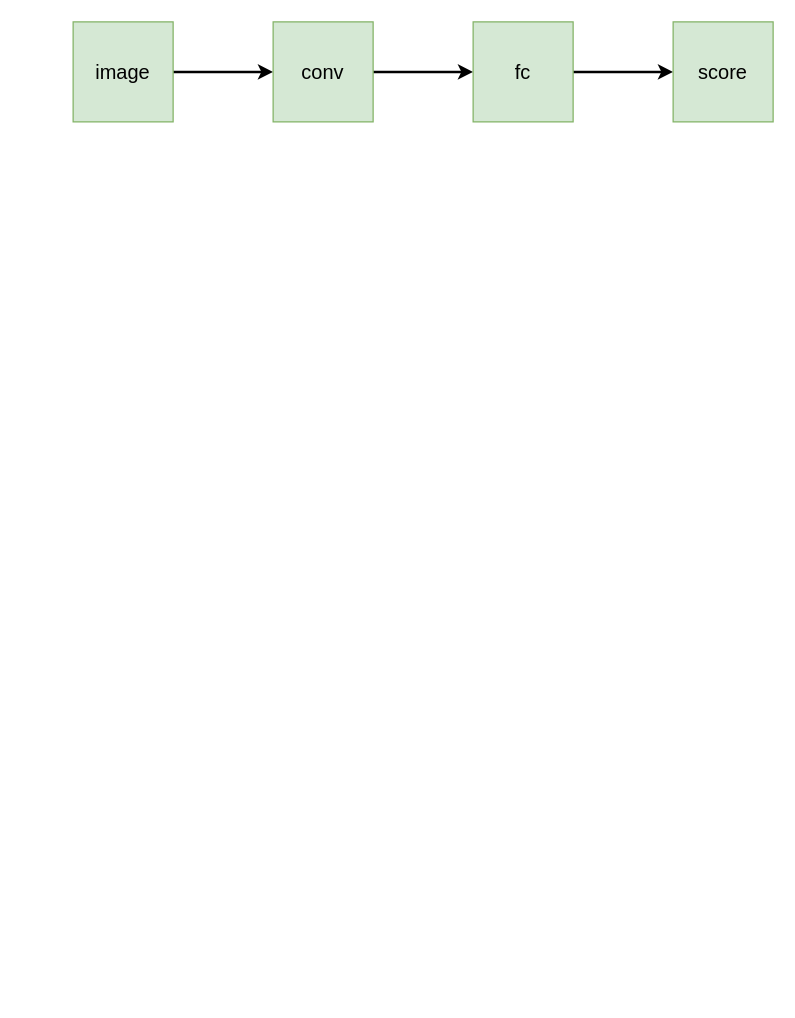
Airsku/drawio keeps this draw.io diagram as model.drawio. Above is the earlier version. Source tidied: cells renumbered, new cells numbered last; positions are measured from the earlier drawing's top-left corner, leaving out a move shared by most shapes. Both pictures are drawn from the tidied source at 125%, with x=0, y=0 at pixel (72, 21).
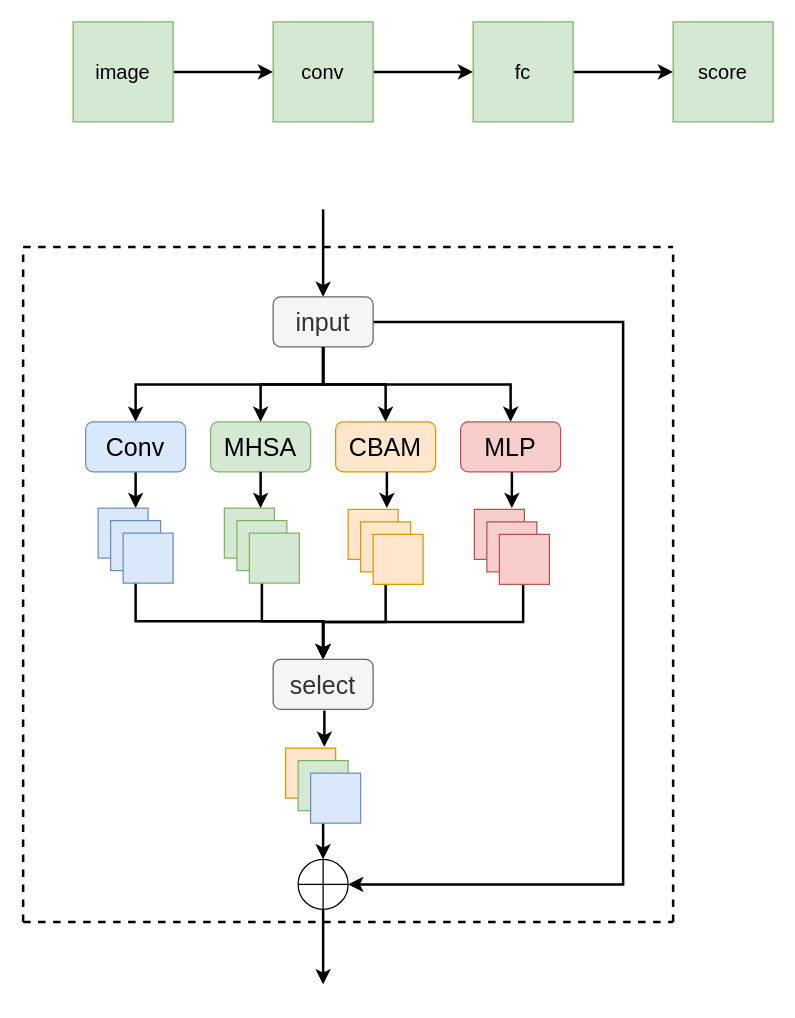
The same diagram, later.

Diff of the diagram source:
```diff
@@
+    <mxCell id="9" style="edgeStyle=orthogonalEdgeStyle;rounded=0;jettySize=auto;html=1;exitX=0.5;exitY=1;exitDx=0;exitDy=0;entryX=0.5;entryY=0;entryDx=0;entryDy=0;strokeWidth=2;" parent="1" edge="1" source="11" target="16">
+      <mxGeometry relative="1" as="geometry" />
+    </mxCell>
+    <mxCell id="10" style="edgeStyle=orthogonalEdgeStyle;rounded=0;jettySize=auto;html=1;entryX=1;entryY=0.5;entryDx=0;entryDy=0;strokeWidth=2;" parent="1" edge="1" source="11" target="50">
+      <mxGeometry relative="1" as="geometry">
+        <Array as="points">
+          <mxPoint x="440" y="240" />
+          <mxPoint x="440" y="690" />
+        </Array>
+      </mxGeometry>
+    </mxCell>
+    <mxCell id="11" value="input" style="rounded=1;whiteSpace=wrap;html=1;fontSize=20;fillColor=#f5f5f5;fontColor=#333333;strokeColor=#666666;" parent="1" vertex="1">
+      <mxGeometry x="160" y="220" width="80" height="40" as="geometry" />
+    </mxCell>
+    <mxCell id="12" value="MLP" style="rounded=1;whiteSpace=wrap;html=1;fontSize=20;fillColor=#f8cecc;strokeColor=#b85450;" parent="1" vertex="1">
+      <mxGeometry x="310" y="320" width="80" height="40" as="geometry" />
+    </mxCell>
+    <mxCell id="13" value="CBAM" style="rounded=1;whiteSpace=wrap;html=1;fontSize=20;fillColor=#ffe6cc;strokeColor=#d79b00;" parent="1" vertex="1">
+      <mxGeometry x="210" y="320" width="80" height="40" as="geometry" />
+    </mxCell>
+    <mxCell id="14" value="MHSA" style="rounded=1;whiteSpace=wrap;html=1;fontSize=20;fillColor=#d5e8d4;strokeColor=#82b366;" parent="1" vertex="1">
+      <mxGeometry x="110" y="320" width="80" height="40" as="geometry" />
+    </mxCell>
+    <mxCell id="15" style="edgeStyle=orthogonalEdgeStyle;rounded=0;jettySize=auto;html=1;exitX=0.5;exitY=1;exitDx=0;exitDy=0;entryX=0.5;entryY=0;entryDx=0;entryDy=0;strokeWidth=2;" parent="1" edge="1" source="16" target="21">
+      <mxGeometry relative="1" as="geometry" />
+    </mxCell>
+    <mxCell id="16" value="Conv" style="rounded=1;whiteSpace=wrap;html=1;fontSize=20;fillColor=#dae8fc;strokeColor=#6c8ebf;" parent="1" vertex="1">
+      <mxGeometry x="10" y="320" width="80" height="40" as="geometry" />
+    </mxCell>
+    <mxCell id="17" style="edgeStyle=orthogonalEdgeStyle;rounded=0;jettySize=auto;html=1;exitX=0.5;exitY=1;exitDx=0;exitDy=0;entryX=0.5;entryY=0;entryDx=0;entryDy=0;strokeWidth=2;" parent="1" edge="1" source="11" target="14">
+      <mxGeometry relative="1" as="geometry" />
+    </mxCell>
+    <mxCell id="18" style="edgeStyle=orthogonalEdgeStyle;rounded=0;jettySize=auto;html=1;exitX=0.5;exitY=1;exitDx=0;exitDy=0;entryX=0.5;entryY=0;entryDx=0;entryDy=0;strokeWidth=2;" parent="1" edge="1" source="11" target="13">
+      <mxGeometry relative="1" as="geometry" />
+    </mxCell>
+    <mxCell id="19" style="edgeStyle=orthogonalEdgeStyle;rounded=0;jettySize=auto;html=1;strokeWidth=2;" parent="1" edge="1" target="12">
+      <mxGeometry relative="1" as="geometry">
+        <mxPoint x="200" y="260" as="sourcePoint" />
+        <Array as="points">
+          <mxPoint x="200" y="290" />
+          <mxPoint x="350" y="290" />
+        </Array>
+      </mxGeometry>
+    </mxCell>
+    <mxCell id="20" style="edgeStyle=orthogonalEdgeStyle;rounded=0;jettySize=auto;html=1;exitX=0.5;exitY=1;exitDx=0;exitDy=0;entryX=0.5;entryY=0;entryDx=0;entryDy=0;strokeWidth=2;" parent="1" edge="1" source="21" target="43">
+      <mxGeometry relative="1" as="geometry" />
+    </mxCell>
+    <mxCell id="21" style="group;" parent="1" vertex="1">
+      <mxGeometry x="20" y="389" width="60" height="60" as="geometry" />
+    </mxCell>
+    <mxCell id="22" style="rounded=0;whiteSpace=wrap;html=1;fillColor=#dae8fc;strokeColor=#6c8ebf;" parent="21" vertex="1">
+      <mxGeometry width="40" height="40" as="geometry" />
+    </mxCell>
+    <mxCell id="23" style="rounded=0;whiteSpace=wrap;html=1;fillColor=#dae8fc;strokeColor=#6c8ebf;" parent="21" vertex="1">
+      <mxGeometry x="10" y="10" width="40" height="40" as="geometry" />
+    </mxCell>
+    <mxCell id="24" style="rounded=0;whiteSpace=wrap;html=1;fillColor=#dae8fc;strokeColor=#6c8ebf;" parent="21" vertex="1">
+      <mxGeometry x="20" y="20" width="40" height="40" as="geometry" />
+    </mxCell>
+    <mxCell id="25" style="edgeStyle=orthogonalEdgeStyle;rounded=0;jettySize=auto;html=1;entryX=0.5;entryY=0;entryDx=0;entryDy=0;strokeWidth=2;" parent="1" edge="1" source="26" target="43">
+      <mxGeometry relative="1" as="geometry" />
+    </mxCell>
+    <mxCell id="26" style="group;" parent="1" vertex="1">
+      <mxGeometry x="121" y="389" width="60" height="60" as="geometry" />
+    </mxCell>
+    <mxCell id="27" style="rounded=0;whiteSpace=wrap;html=1;fillColor=#d5e8d4;strokeColor=#82b366;" parent="26" vertex="1">
+      <mxGeometry width="40" height="40" as="geometry" />
+    </mxCell>
+    <mxCell id="28" style="rounded=0;whiteSpace=wrap;html=1;fillColor=#d5e8d4;strokeColor=#82b366;" parent="26" vertex="1">
+      <mxGeometry x="10" y="10" width="40" height="40" as="geometry" />
+    </mxCell>
+    <mxCell id="29" style="rounded=0;whiteSpace=wrap;html=1;fillColor=#d5e8d4;strokeColor=#82b366;" parent="26" vertex="1">
+      <mxGeometry x="20" y="20" width="40" height="40" as="geometry" />
+    </mxCell>
+    <mxCell id="30" style="edgeStyle=orthogonalEdgeStyle;rounded=0;jettySize=auto;html=1;entryX=0.5;entryY=0;entryDx=0;entryDy=0;strokeWidth=2;" parent="1" edge="1" source="31" target="43">
+      <mxGeometry relative="1" as="geometry" />
+    </mxCell>
+    <mxCell id="31" style="group;" parent="1" vertex="1">
+      <mxGeometry x="220" y="390" width="60" height="60" as="geometry" />
+    </mxCell>
+    <mxCell id="32" style="rounded=0;whiteSpace=wrap;html=1;fillColor=#ffe6cc;strokeColor=#d79b00;" parent="31" vertex="1">
+      <mxGeometry width="40" height="40" as="geometry" />
+    </mxCell>
+    <mxCell id="33" style="rounded=0;whiteSpace=wrap;html=1;fillColor=#ffe6cc;strokeColor=#d79b00;" parent="31" vertex="1">
+      <mxGeometry x="10" y="10" width="40" height="40" as="geometry" />
+    </mxCell>
+    <mxCell id="34" style="rounded=0;whiteSpace=wrap;html=1;fillColor=#ffe6cc;strokeColor=#d79b00;" parent="31" vertex="1">
+      <mxGeometry x="20" y="20" width="40" height="40" as="geometry" />
+    </mxCell>
+    <mxCell id="35" style="edgeStyle=orthogonalEdgeStyle;rounded=0;jettySize=auto;html=1;strokeWidth=2;" parent="1" edge="1" source="36" target="43">
+      <mxGeometry relative="1" as="geometry">
+        <Array as="points">
+          <mxPoint x="360" y="480" />
+          <mxPoint x="200" y="480" />
+        </Array>
+      </mxGeometry>
+    </mxCell>
+    <mxCell id="36" style="group;" parent="1" vertex="1">
+      <mxGeometry x="321" y="390" width="60" height="60" as="geometry" />
+    </mxCell>
+    <mxCell id="37" style="rounded=0;whiteSpace=wrap;html=1;fillColor=#f8cecc;strokeColor=#b85450;" parent="36" vertex="1">
+      <mxGeometry width="40" height="40" as="geometry" />
+    </mxCell>
+    <mxCell id="38" style="rounded=0;whiteSpace=wrap;html=1;fillColor=#f8cecc;strokeColor=#b85450;" parent="36" vertex="1">
+      <mxGeometry x="10" y="10" width="40" height="40" as="geometry" />
+    </mxCell>
+    <mxCell id="39" style="rounded=0;whiteSpace=wrap;html=1;fillColor=#f8cecc;strokeColor=#b85450;" parent="36" vertex="1">
+      <mxGeometry x="20" y="20" width="40" height="40" as="geometry" />
+    </mxCell>
+    <mxCell id="40" style="edgeStyle=orthogonalEdgeStyle;rounded=0;orthogonalLoop=1;jettySize=auto;html=1;exitX=0.5;exitY=1;exitDx=0;exitDy=0;entryX=0.5;entryY=0;entryDx=0;entryDy=0;strokeWidth=2;" parent="1" edge="1">
+      <mxGeometry relative="1" as="geometry">
+        <mxPoint x="150" y="360" as="sourcePoint" />
+        <mxPoint x="150" y="389" as="targetPoint" />
+        <Array as="points">
+          <mxPoint x="150" y="360" />
+        </Array>
+      </mxGeometry>
+    </mxCell>
+    <mxCell id="41" style="edgeStyle=orthogonalEdgeStyle;rounded=0;orthogonalLoop=1;jettySize=auto;html=1;exitX=0.5;exitY=1;exitDx=0;exitDy=0;entryX=0.5;entryY=0;entryDx=0;entryDy=0;strokeWidth=2;" parent="1" edge="1">
+      <mxGeometry relative="1" as="geometry">
+        <mxPoint x="251" y="360" as="sourcePoint" />
+        <mxPoint x="251" y="389" as="targetPoint" />
+      </mxGeometry>
+    </mxCell>
+    <mxCell id="42" style="edgeStyle=orthogonalEdgeStyle;rounded=0;orthogonalLoop=1;jettySize=auto;html=1;exitX=0.5;exitY=1;exitDx=0;exitDy=0;entryX=0.5;entryY=0;entryDx=0;entryDy=0;strokeWidth=2;" parent="1" edge="1">
+      <mxGeometry relative="1" as="geometry">
+        <mxPoint x="351" y="360" as="sourcePoint" />
+        <mxPoint x="351" y="389" as="targetPoint" />
+        <Array as="points">
+          <mxPoint x="351" y="360" />
+        </Array>
+      </mxGeometry>
+    </mxCell>
+    <mxCell id="43" value="select" style="rounded=1;whiteSpace=wrap;html=1;fontSize=20;fillColor=#f5f5f5;fontColor=#333333;strokeColor=#666666;" parent="1" vertex="1">
+      <mxGeometry x="160" y="510" width="80" height="40" as="geometry" />
+    </mxCell>
+    <mxCell id="44" style="edgeStyle=orthogonalEdgeStyle;rounded=0;jettySize=auto;html=1;strokeWidth=2;" parent="1" edge="1" source="45" target="50">
+      <mxGeometry relative="1" as="geometry" />
+    </mxCell>
+    <mxCell id="45" style="group;" parent="1" vertex="1">
+      <mxGeometry x="170" y="581" width="60" height="60" as="geometry" />
+    </mxCell>
+    <mxCell id="46" style="rounded=0;whiteSpace=wrap;html=1;fillColor=#ffe6cc;strokeColor=#d79b00;" parent="45" vertex="1">
+      <mxGeometry width="40" height="40" as="geometry" />
+    </mxCell>
+    <mxCell id="47" style="rounded=0;whiteSpace=wrap;html=1;fillColor=#d5e8d4;strokeColor=#82b366;" parent="45" vertex="1">
+      <mxGeometry x="10" y="10" width="40" height="40" as="geometry" />
+    </mxCell>
+    <mxCell id="48" style="rounded=0;whiteSpace=wrap;html=1;fillColor=#dae8fc;strokeColor=#6c8ebf;" parent="45" vertex="1">
+      <mxGeometry x="20" y="20" width="40" height="40" as="geometry" />
+    </mxCell>
+    <mxCell id="49" style="edgeStyle=orthogonalEdgeStyle;rounded=0;orthogonalLoop=1;jettySize=auto;html=1;exitX=0.5;exitY=1;exitDx=0;exitDy=0;entryX=0.5;entryY=0;entryDx=0;entryDy=0;strokeWidth=2;" parent="1" edge="1">
+      <mxGeometry relative="1" as="geometry">
+        <mxPoint x="201" y="551" as="sourcePoint" />
+        <mxPoint x="201" y="580" as="targetPoint" />
+        <Array as="points">
+          <mxPoint x="201" y="551" />
+        </Array>
+      </mxGeometry>
+    </mxCell>
+    <mxCell id="50" style="shape=orEllipse;perimeter=ellipsePerimeter;whiteSpace=wrap;html=1;backgroundOutline=1;" parent="1" vertex="1">
+      <mxGeometry x="180" y="670" width="40" height="40" as="geometry" />
+    </mxCell>
+    <mxCell id="51" style="endArrow=classic;html=1;rounded=0;entryX=0.5;entryY=0;entryDx=0;entryDy=0;strokeWidth=2;" parent="1" edge="1" target="11">
+      <mxGeometry relative="1" as="geometry">
+        <mxPoint x="200" y="150" as="sourcePoint" />
+      </mxGeometry>
+    </mxCell>
+    <mxCell id="52" style="endArrow=classic;html=1;rounded=0;exitX=0.5;exitY=1;exitDx=0;exitDy=0;strokeWidth=2;" parent="1" edge="1" source="50">
+      <mxGeometry relative="1" as="geometry">
+        <mxPoint x="200" y="770" as="targetPoint" />
+      </mxGeometry>
+    </mxCell>
+    <mxCell id="53" style="endArrow=none;dashed=1;html=1;rounded=0;strokeWidth=2;" parent="1" edge="1">
+      <mxGeometry relative="1" as="geometry">
+        <mxPoint x="-40" y="720" as="sourcePoint" />
+        <mxPoint x="480" y="720" as="targetPoint" />
+      </mxGeometry>
+    </mxCell>
+    <mxCell id="54" style="endArrow=none;dashed=1;html=1;rounded=0;strokeWidth=2;" parent="1" edge="1">
+      <mxGeometry relative="1" as="geometry">
+        <mxPoint x="480" y="720" as="sourcePoint" />
+        <mxPoint x="480" y="180" as="targetPoint" />
+      </mxGeometry>
+    </mxCell>
+    <mxCell id="55" style="endArrow=none;dashed=1;html=1;rounded=0;strokeWidth=2;" parent="1" edge="1">
+      <mxGeometry relative="1" as="geometry">
+        <mxPoint x="-40" y="720" as="sourcePoint" />
+        <mxPoint x="-40" y="180" as="targetPoint" />
+      </mxGeometry>
+    </mxCell>
+    <mxCell id="56" style="endArrow=none;dashed=1;html=1;rounded=0;strokeWidth=2;" parent="1" edge="1">
+      <mxGeometry relative="1" as="geometry">
+        <mxPoint x="-40" y="180" as="sourcePoint" />
+        <mxPoint x="480" y="180" as="targetPoint" />
+      </mxGeometry>
+    </mxCell>
```
